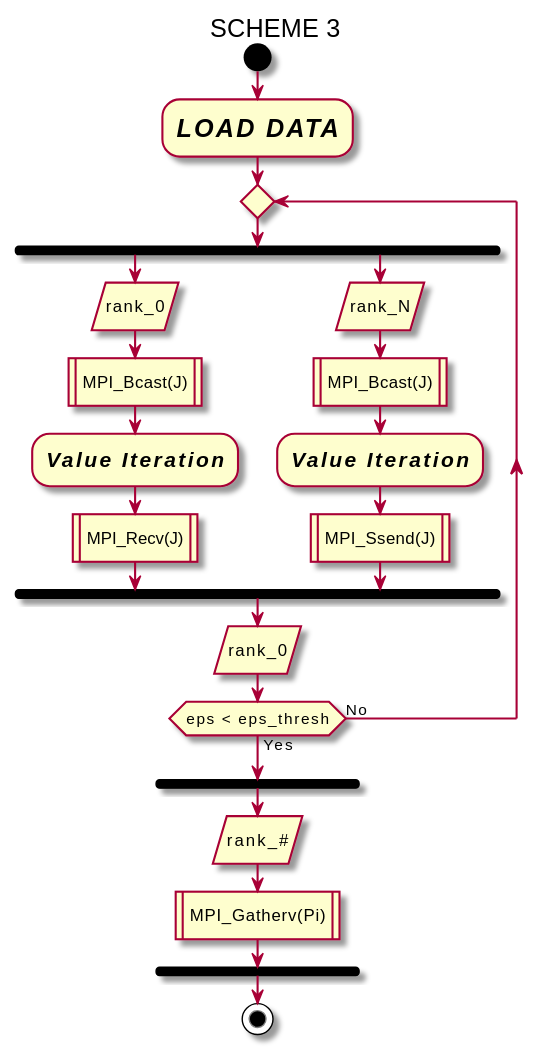
Before: out/src/scheme3/scheme3.svg, a diagram exported from PlantUML (hashkode/hpcfmi-mpivi).
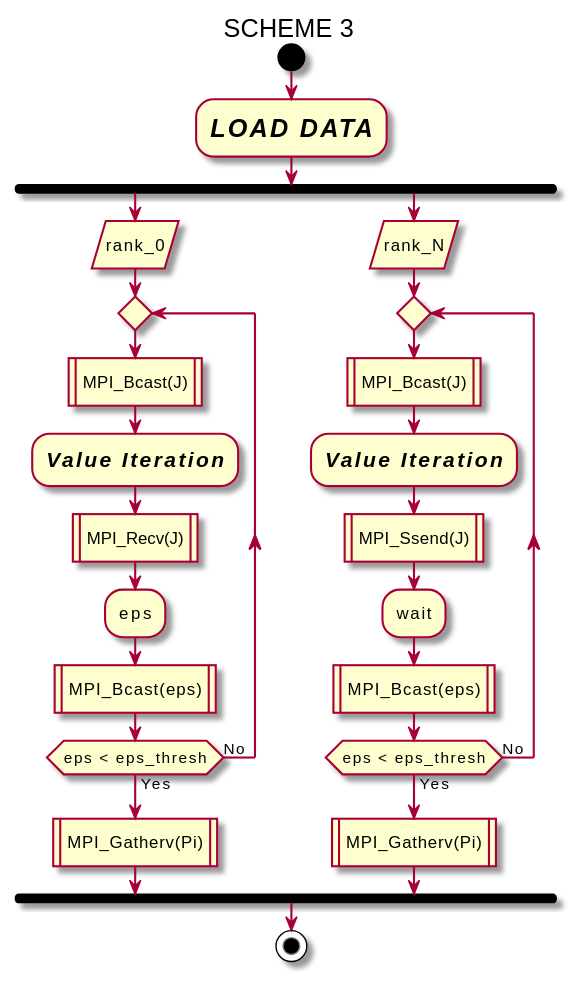
Later version of the same file.

Commit message:
scheme 6 as asynchronous MPI scheme

Change to the diagram source:
```diff
@@ -2,23 +2,26 @@
 title SCHEME 3
 start
 :<size:18><i><b>LOAD DATA</b></i></size>;
-repeat
 fork
     :rank_0/
+    repeat
     :MPI_Bcast(J)|
     :<size:15><i><b>Value Iteration</b></i></size>;
     :MPI_Recv(J)|
+    :eps;
+    :MPI_Bcast(eps)|
+    repeat while (eps < eps_thresh) is (No) not (Yes)
+    :MPI_Gatherv(Pi)|
 fork again
     :rank_N/
+    repeat
     :MPI_Bcast(J)|
     :<size:15><i><b>Value Iteration</b></i></size>;
     :MPI_Ssend(J)|
-end fork
-:rank_0/
-repeat while (eps < eps_thresh) is (No) not (Yes)
-fork
-:rank_#/
-:MPI_Gatherv(Pi)|
+    :wait;
+    :MPI_Bcast(eps)|
+    repeat while (eps < eps_thresh) is (No) not (Yes)
+    :MPI_Gatherv(Pi)|
 end fork
 stop
 
```
